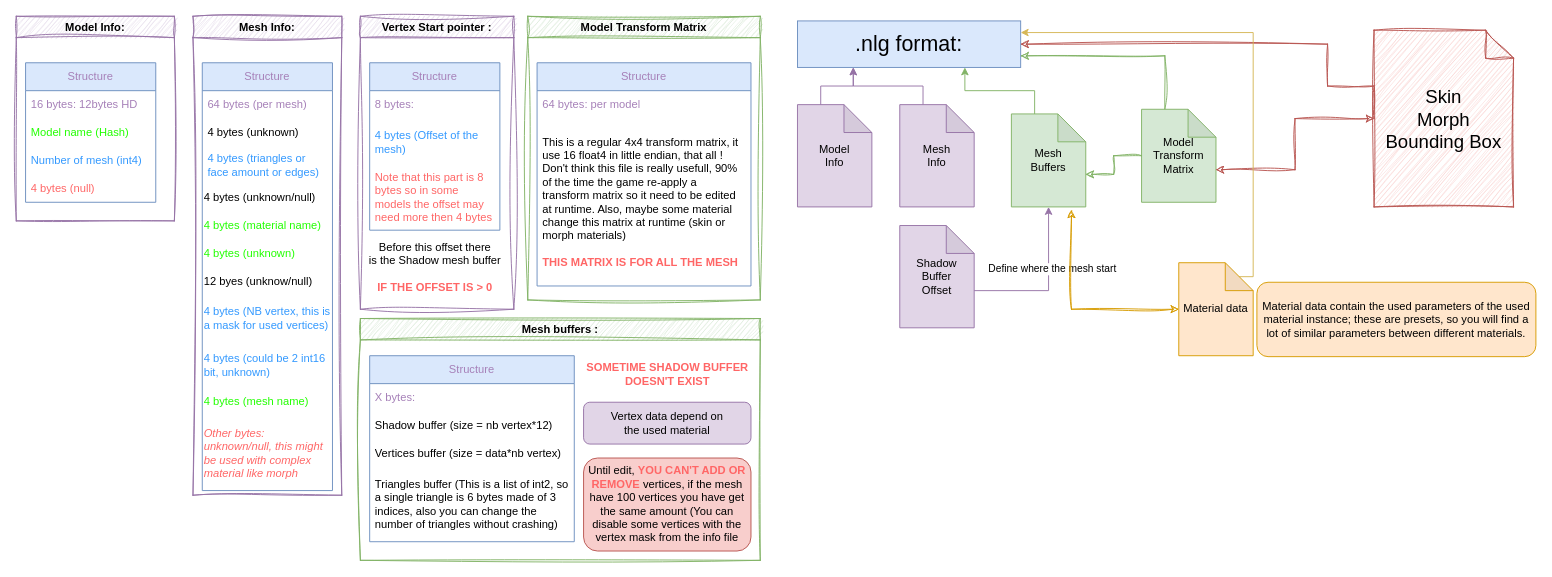
Earlier version of the draw.io diagram Model.drawio (Ex-A01/Lm2HD-Materials-graph). Source tidied: cells renumbered, new cells numbered last; positions are measured from the earlier drawing's top-left corner, leaving out a move shared by most shapes. Both pictures are drawn from the tidied source at 93%, with x=0, y=0 at pixel (16, 16).
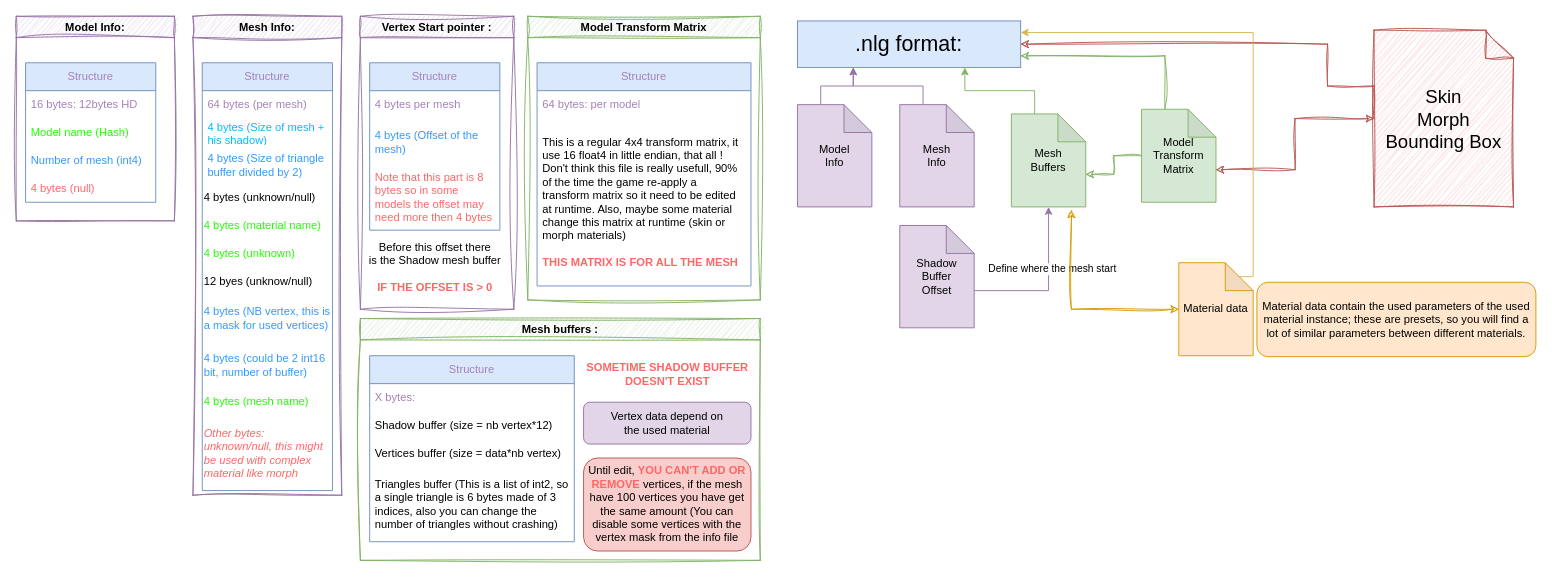
The same diagram, later.

Commit message:
Mettre à jour Model.drawio

The change refers to these unchanged cells:
```xml
<mxCell id="25" value="&lt;font color=&quot;#a680b8&quot;&gt;Structure&lt;/font&gt;" style="swimlane;fontStyle=0;horizontal=1;startSize=30;whiteSpace=wrap;html=1;fillColor=#dae8fc;strokeColor=#6c8ebf;" parent="24" vertex="1">
  <mxGeometry x="10" y="50" width="140" height="460" as="geometry" />
</mxCell>
<mxCell id="38" value="&lt;font color=&quot;#a680b8&quot;&gt;Structure&lt;/font&gt;" style="swimlane;fontStyle=0;horizontal=1;startSize=30;whiteSpace=wrap;html=1;fillColor=#dae8fc;strokeColor=#6c8ebf;" parent="37" vertex="1">
  <mxGeometry x="10" y="50" width="140" height="180" as="geometry" />
</mxCell>
```

What changed in the source:
```diff
@@
-    <mxCell id="27" value="4 bytes (unknown)" style="text;strokeColor=none;fillColor=none;align=left;verticalAlign=middle;spacingLeft=4;spacingRight=4;overflow=hidden;whiteSpace=wrap;html=1;" parent="25" vertex="1">
+    <mxCell id="27" value="4 bytes (Size of mesh + his shadow)" style="text;strokeColor=none;fillColor=none;align=left;verticalAlign=middle;spacingLeft=4;spacingRight=4;overflow=hidden;whiteSpace=wrap;html=1;fontColor=#00BBFF;" parent="25" vertex="1">
       <mxGeometry y="60" width="140" height="30" as="geometry" />
     </mxCell>
-    <mxCell id="28" value="4 bytes (triangles or face amount or edges)" style="text;strokeColor=none;fillColor=none;align=left;verticalAlign=middle;spacingLeft=4;spacingRight=4;overflow=hidden;whiteSpace=wrap;html=1;fontColor=#3399FF;" parent="25" vertex="1">
+    <mxCell id="28" value="4 bytes (Size of triangle buffer divided by 2)" style="text;strokeColor=none;fillColor=none;align=left;verticalAlign=middle;spacingLeft=4;spacingRight=4;overflow=hidden;whiteSpace=wrap;html=1;fontColor=#3399FF;" parent="25" vertex="1">
       <mxGeometry y="90" width="140" height="40" as="geometry" />
     </mxCell>
@@
-    <mxCell id="34" value="4 bytes (could be 2 int16 bit, unknown)" style="text;html=1;align=left;verticalAlign=middle;whiteSpace=wrap;rounded=0;labelBackgroundColor=none;fontColor=#3399FF;" parent="25" vertex="1">
+    <mxCell id="34" value="4 bytes (could be 2 int16 bit, number of buffer)" style="text;html=1;align=left;verticalAlign=middle;whiteSpace=wrap;rounded=0;labelBackgroundColor=none;fontColor=#3399FF;" parent="25" vertex="1">
       <mxGeometry y="300" width="140" height="50" as="geometry" />
     </mxCell>
@@
-    <mxCell id="39" value="8 bytes:" style="text;strokeColor=none;fillColor=none;align=left;verticalAlign=middle;spacingLeft=4;spacingRight=4;overflow=hidden;whiteSpace=wrap;html=1;fontColor=#A680B8;" parent="38" vertex="1">
+    <mxCell id="39" value="4 bytes per mesh" style="text;strokeColor=none;fillColor=none;align=left;verticalAlign=middle;spacingLeft=4;spacingRight=4;overflow=hidden;whiteSpace=wrap;html=1;fontColor=#A680B8;" parent="38" vertex="1">
       <mxGeometry y="30" width="140" height="30" as="geometry" />
     </mxCell>
```
